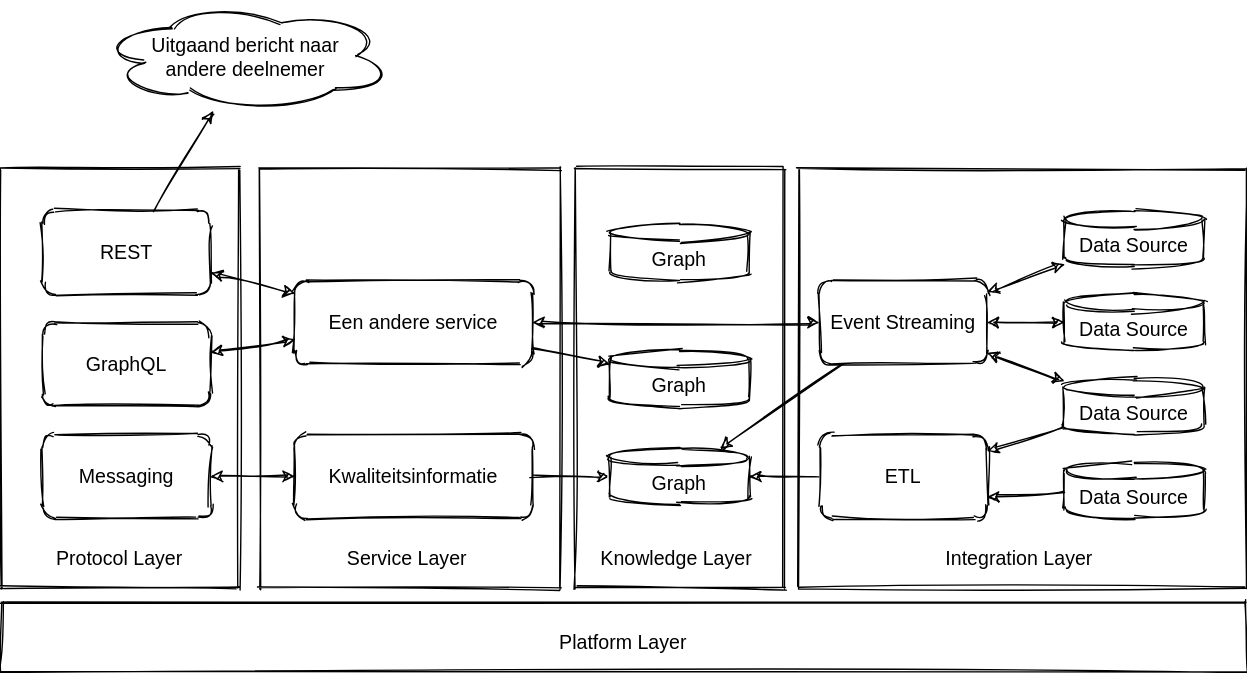
The draw.io diagram diagrams/Overview.svg in kik-v/datastation, before a commit. Source tidied: cells renumbered, new cells last; positions are measured from the earlier drawing's top-left corner, leaving out a move shared by most shapes. The source it was exported from:
```xml
<mxGraphModel>
  <root>
    <mxCell id="0" />
    <mxCell id="1" parent="0" />
    <mxCell id="2" value="Knowledge Layer&amp;nbsp;" style="rounded=0;whiteSpace=wrap;html=1;verticalAlign=bottom;spacingBottom=10;fontSize=14;sketch=1;" parent="1" vertex="1">
      <mxGeometry x="410" y="120" width="150" height="300" as="geometry" />
    </mxCell>
    <mxCell id="3" value="Service Layer&amp;nbsp;" style="rounded=0;whiteSpace=wrap;html=1;verticalAlign=bottom;spacingBottom=10;fontSize=14;sketch=1;" parent="1" vertex="1">
      <mxGeometry x="185" y="120" width="215" height="300" as="geometry" />
    </mxCell>
    <mxCell id="4" value="Protocol Layer" style="rounded=0;whiteSpace=wrap;html=1;verticalAlign=bottom;spacingBottom=10;fontSize=14;sketch=1;" parent="1" vertex="1">
      <mxGeometry y="120" width="170" height="300" as="geometry" />
    </mxCell>
    <mxCell id="5" value="REST" style="rounded=1;whiteSpace=wrap;html=1;fontSize=14;sketch=1;" parent="1" vertex="1">
      <mxGeometry x="30" y="150" width="120" height="60" as="geometry" />
    </mxCell>
    <mxCell id="6" value="GraphQL" style="rounded=1;whiteSpace=wrap;html=1;fontSize=14;sketch=1;" parent="1" vertex="1">
      <mxGeometry x="30" y="230" width="120" height="60" as="geometry" />
    </mxCell>
    <mxCell id="7" value="Messaging" style="rounded=1;whiteSpace=wrap;html=1;fontSize=14;sketch=1;" parent="1" vertex="1">
      <mxGeometry x="30" y="310" width="120" height="60" as="geometry" />
    </mxCell>
    <mxCell id="8" value="Kwaliteitsinformatie" style="rounded=1;whiteSpace=wrap;html=1;sketch=1;fontSize=14;" parent="1" vertex="1">
      <mxGeometry x="210" y="310" width="170" height="60" as="geometry" />
    </mxCell>
    <mxCell id="9" style="endArrow=classic;html=1;fontSize=14;sketch=1;startArrow=classic;startFill=1;" parent="1" edge="1" source="7" target="8">
      <mxGeometry relative="1" as="geometry" />
    </mxCell>
    <mxCell id="10" style="endArrow=classic;html=1;fontSize=14;sketch=1;" parent="1" edge="1" source="8" target="12">
      <mxGeometry relative="1" as="geometry" />
    </mxCell>
    <mxCell id="11" value="Integration Layer&amp;nbsp;" style="rounded=0;whiteSpace=wrap;html=1;verticalAlign=bottom;spacingBottom=10;fontSize=14;sketch=1;" parent="1" vertex="1">
      <mxGeometry x="570" y="120" width="320" height="300" as="geometry" />
    </mxCell>
    <mxCell id="12" value="Graph" style="shape=cylinder3;whiteSpace=wrap;html=1;boundedLbl=1;backgroundOutline=1;size=6;sketch=1;fontSize=14;" parent="1" vertex="1">
      <mxGeometry x="435" y="320" width="100" height="40" as="geometry" />
    </mxCell>
    <mxCell id="13" value="Event Streaming" style="rounded=1;whiteSpace=wrap;html=1;fontSize=14;sketch=1;" parent="1" vertex="1">
      <mxGeometry x="585" y="200" width="120" height="60" as="geometry" />
    </mxCell>
    <mxCell id="14" value="ETL" style="rounded=1;whiteSpace=wrap;html=1;fontSize=14;sketch=1;" parent="1" vertex="1">
      <mxGeometry x="585" y="310" width="120" height="60" as="geometry" />
    </mxCell>
    <mxCell id="15" style="endArrow=classic;html=1;fontSize=14;sketch=1;startArrow=none;startFill=0;" parent="1" edge="1" source="32" target="14">
      <mxGeometry relative="1" as="geometry" />
    </mxCell>
    <mxCell id="16" style="endArrow=classic;html=1;fontSize=14;sketch=1;startArrow=none;startFill=0;entryX=1;entryY=0.75;entryDx=0;entryDy=0;" parent="1" edge="1" source="33" target="14">
      <mxGeometry relative="1" as="geometry" />
    </mxCell>
    <mxCell id="17" style="endArrow=classic;html=1;fontSize=14;sketch=1;startArrow=classic;startFill=1;" parent="1" edge="1" source="34" target="13">
      <mxGeometry relative="1" as="geometry" />
    </mxCell>
    <mxCell id="18" style="endArrow=classic;html=1;fontSize=14;sketch=1;" parent="1" edge="1" source="14" target="12">
      <mxGeometry relative="1" as="geometry" />
    </mxCell>
    <mxCell id="19" style="endArrow=classic;html=1;fontSize=14;sketch=1;" parent="1" edge="1" source="13" target="12">
      <mxGeometry relative="1" as="geometry" />
    </mxCell>
    <mxCell id="20" value="Graph" style="shape=cylinder3;whiteSpace=wrap;html=1;boundedLbl=1;backgroundOutline=1;size=6;sketch=1;fontSize=14;" parent="1" vertex="1">
      <mxGeometry x="435" y="250" width="100" height="40" as="geometry" />
    </mxCell>
    <mxCell id="21" value="Graph" style="shape=cylinder3;whiteSpace=wrap;html=1;boundedLbl=1;backgroundOutline=1;size=6;sketch=1;fontSize=14;" parent="1" vertex="1">
      <mxGeometry x="435" y="160" width="100" height="40" as="geometry" />
    </mxCell>
    <mxCell id="22" value="Een andere service" style="rounded=1;whiteSpace=wrap;html=1;sketch=1;fontSize=14;" parent="1" vertex="1">
      <mxGeometry x="210" y="200" width="170" height="60" as="geometry" />
    </mxCell>
    <mxCell id="23" style="endArrow=classic;html=1;fontSize=14;sketch=1;startArrow=classic;startFill=1;" parent="1" edge="1" source="6" target="22">
      <mxGeometry relative="1" as="geometry" />
    </mxCell>
    <mxCell id="24" style="endArrow=classic;html=1;fontSize=14;sketch=1;startArrow=classic;startFill=1;" parent="1" edge="1" source="5" target="22">
      <mxGeometry relative="1" as="geometry" />
    </mxCell>
    <mxCell id="25" style="endArrow=classic;html=1;fontSize=14;sketch=1;startArrow=classic;startFill=1;" parent="1" edge="1" source="22" target="13">
      <mxGeometry relative="1" as="geometry" />
    </mxCell>
    <mxCell id="26" style="endArrow=classic;html=1;fontSize=14;sketch=1;" parent="1" edge="1" source="22" target="20">
      <mxGeometry relative="1" as="geometry" />
    </mxCell>
    <mxCell id="27" style="endArrow=classic;html=1;fontSize=14;sketch=1;startArrow=none;startFill=0;" parent="1" edge="1" source="5" target="28">
      <mxGeometry relative="1" as="geometry" />
    </mxCell>
    <mxCell id="28" value="&lt;span style=&quot;font-family: &amp;#34;helvetica&amp;#34; ; font-size: 14px ; font-style: normal ; font-weight: 400 ; letter-spacing: normal ; text-align: center ; text-indent: 0px ; text-transform: none ; word-spacing: 0px ; display: inline ; float: none&quot;&gt;Uitgaand bericht naar &lt;br&gt;andere deelnemer&lt;/span&gt;" style="ellipse;shape=cloud;whiteSpace=wrap;html=1;sketch=1;fontSize=14;" parent="1" vertex="1">
      <mxGeometry x="70" width="210" height="80" as="geometry" />
    </mxCell>
    <mxCell id="29" value="Platform Layer" style="rounded=0;whiteSpace=wrap;html=1;verticalAlign=bottom;spacingBottom=10;fontSize=14;sketch=1;" parent="1" vertex="1">
      <mxGeometry y="430" width="890" height="50" as="geometry" />
    </mxCell>
    <mxCell id="30" style="endArrow=classic;html=1;fontSize=14;sketch=1;startArrow=classic;startFill=1;" parent="1" edge="1" source="32" target="13">
      <mxGeometry relative="1" as="geometry" />
    </mxCell>
    <mxCell id="31" style="endArrow=classic;html=1;fontSize=14;sketch=1;startArrow=classic;startFill=1;" parent="1" edge="1" source="35" target="13">
      <mxGeometry relative="1" as="geometry" />
    </mxCell>
    <mxCell id="32" value="Data Source" style="shape=cylinder3;whiteSpace=wrap;html=1;boundedLbl=1;backgroundOutline=1;size=6;sketch=1;fontSize=14;" parent="1" vertex="1">
      <mxGeometry x="760" y="270" width="100" height="40" as="geometry" />
    </mxCell>
    <mxCell id="33" value="Data Source" style="shape=cylinder3;whiteSpace=wrap;html=1;boundedLbl=1;backgroundOutline=1;size=6;sketch=1;fontSize=14;" parent="1" vertex="1">
      <mxGeometry x="760" y="330" width="100" height="40" as="geometry" />
    </mxCell>
    <mxCell id="34" value="Data Source" style="shape=cylinder3;whiteSpace=wrap;html=1;boundedLbl=1;backgroundOutline=1;size=6;sketch=1;fontSize=14;" parent="1" vertex="1">
      <mxGeometry x="760" y="150" width="100" height="40" as="geometry" />
    </mxCell>
    <mxCell id="35" value="Data Source" style="shape=cylinder3;whiteSpace=wrap;html=1;boundedLbl=1;backgroundOutline=1;size=6;sketch=1;fontSize=14;" parent="1" vertex="1">
      <mxGeometry x="760" y="210" width="100" height="40" as="geometry" />
    </mxCell>
  </root>
</mxGraphModel>
```
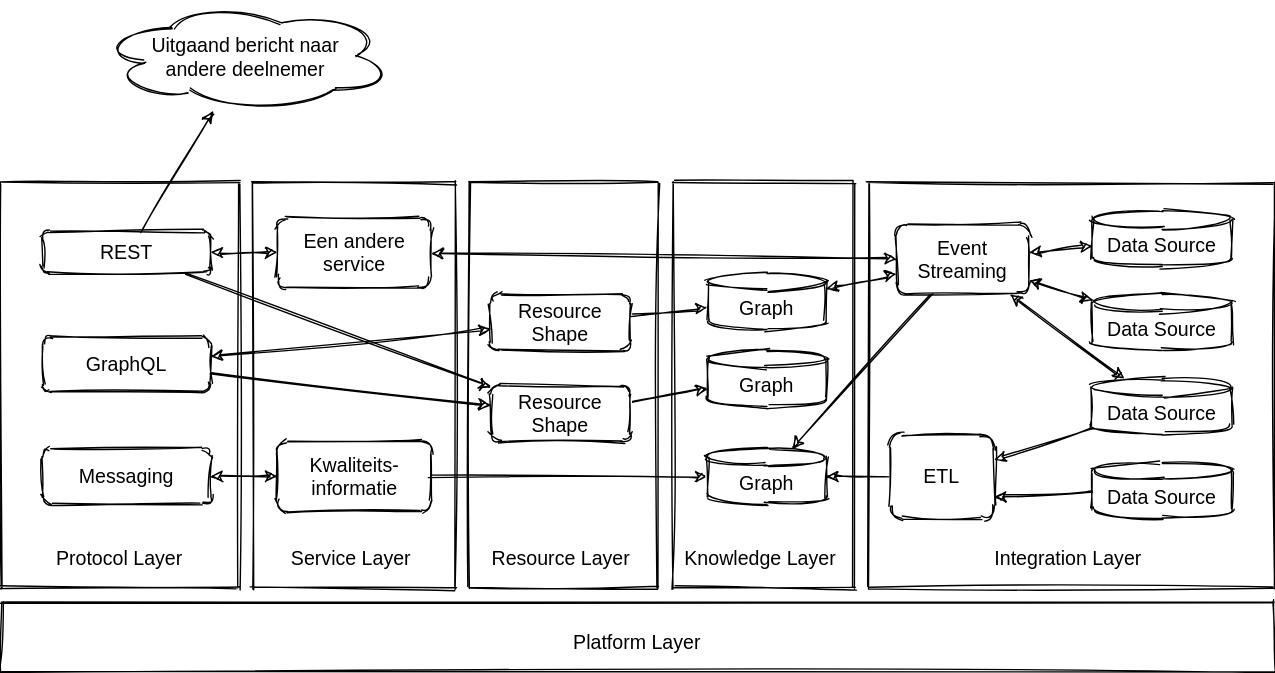
The same file after the commit.

Commit message:
Resource layer toegevoegd

What changed in the source:
```diff
@@ -2,26 +2,29 @@
   <root>
     <mxCell id="0" />
     <mxCell id="1" parent="0" />
+    <mxCell id="36" value="Resource Layer&amp;nbsp;" style="rounded=0;whiteSpace=wrap;html=1;verticalAlign=bottom;spacingBottom=10;fontSize=14;sketch=1;" parent="1" vertex="1">
+      <mxGeometry x="335" y="130" width="135" height="290" as="geometry" />
+    </mxCell>
     <mxCell id="2" value="Knowledge Layer&amp;nbsp;" style="rounded=0;whiteSpace=wrap;html=1;verticalAlign=bottom;spacingBottom=10;fontSize=14;sketch=1;" parent="1" vertex="1">
-      <mxGeometry x="410" y="120" width="150" height="300" as="geometry" />
+      <mxGeometry x="480" y="130" width="130" height="290" as="geometry" />
     </mxCell>
     <mxCell id="3" value="Service Layer&amp;nbsp;" style="rounded=0;whiteSpace=wrap;html=1;verticalAlign=bottom;spacingBottom=10;fontSize=14;sketch=1;" parent="1" vertex="1">
-      <mxGeometry x="185" y="120" width="215" height="300" as="geometry" />
+      <mxGeometry x="180" y="130" width="145" height="290" as="geometry" />
     </mxCell>
     <mxCell id="4" value="Protocol Layer" style="rounded=0;whiteSpace=wrap;html=1;verticalAlign=bottom;spacingBottom=10;fontSize=14;sketch=1;" parent="1" vertex="1">
-      <mxGeometry y="120" width="170" height="300" as="geometry" />
+      <mxGeometry y="130" width="170" height="290" as="geometry" />
     </mxCell>
     <mxCell id="5" value="REST" style="rounded=1;whiteSpace=wrap;html=1;fontSize=14;sketch=1;" parent="1" vertex="1">
-      <mxGeometry x="30" y="150" width="120" height="60" as="geometry" />
+      <mxGeometry x="30" y="165" width="120" height="30" as="geometry" />
     </mxCell>
     <mxCell id="6" value="GraphQL" style="rounded=1;whiteSpace=wrap;html=1;fontSize=14;sketch=1;" parent="1" vertex="1">
-      <mxGeometry x="30" y="230" width="120" height="60" as="geometry" />
+      <mxGeometry x="30" y="240" width="120" height="40" as="geometry" />
     </mxCell>
     <mxCell id="7" value="Messaging" style="rounded=1;whiteSpace=wrap;html=1;fontSize=14;sketch=1;" parent="1" vertex="1">
-      <mxGeometry x="30" y="310" width="120" height="60" as="geometry" />
+      <mxGeometry x="30" y="320" width="120" height="40" as="geometry" />
     </mxCell>
-    <mxCell id="8" value="Kwaliteitsinformatie" style="rounded=1;whiteSpace=wrap;html=1;sketch=1;fontSize=14;" parent="1" vertex="1">
-      <mxGeometry x="210" y="310" width="170" height="60" as="geometry" />
+    <mxCell id="8" value="Kwaliteits-informatie" style="rounded=1;whiteSpace=wrap;html=1;sketch=1;fontSize=14;" parent="1" vertex="1">
+      <mxGeometry x="197.5" y="315" width="110" height="50" as="geometry" />
     </mxCell>
     <mxCell id="9" style="endArrow=classic;html=1;fontSize=14;sketch=1;startArrow=classic;startFill=1;" parent="1" edge="1" source="7" target="8">
       <mxGeometry relative="1" as="geometry" />
@@ -30,16 +33,16 @@
       <mxGeometry relative="1" as="geometry" />
     </mxCell>
     <mxCell id="11" value="Integration Layer&amp;nbsp;" style="rounded=0;whiteSpace=wrap;html=1;verticalAlign=bottom;spacingBottom=10;fontSize=14;sketch=1;" parent="1" vertex="1">
-      <mxGeometry x="570" y="120" width="320" height="300" as="geometry" />
+      <mxGeometry x="620" y="130" width="290" height="290" as="geometry" />
     </mxCell>
     <mxCell id="12" value="Graph" style="shape=cylinder3;whiteSpace=wrap;html=1;boundedLbl=1;backgroundOutline=1;size=6;sketch=1;fontSize=14;" parent="1" vertex="1">
-      <mxGeometry x="435" y="320" width="100" height="40" as="geometry" />
+      <mxGeometry x="505" y="320" width="85" height="40" as="geometry" />
     </mxCell>
     <mxCell id="13" value="Event Streaming" style="rounded=1;whiteSpace=wrap;html=1;fontSize=14;sketch=1;" parent="1" vertex="1">
-      <mxGeometry x="585" y="200" width="120" height="60" as="geometry" />
+      <mxGeometry x="640" y="160" width="95" height="50" as="geometry" />
     </mxCell>
     <mxCell id="14" value="ETL" style="rounded=1;whiteSpace=wrap;html=1;fontSize=14;sketch=1;" parent="1" vertex="1">
-      <mxGeometry x="585" y="310" width="120" height="60" as="geometry" />
+      <mxGeometry x="635" y="310" width="75" height="60" as="geometry" />
     </mxCell>
     <mxCell id="15" style="endArrow=classic;html=1;fontSize=14;sketch=1;startArrow=none;startFill=0;" parent="1" edge="1" source="32" target="14">
       <mxGeometry relative="1" as="geometry" />
@@ -57,24 +60,18 @@
       <mxGeometry relative="1" as="geometry" />
     </mxCell>
     <mxCell id="20" value="Graph" style="shape=cylinder3;whiteSpace=wrap;html=1;boundedLbl=1;backgroundOutline=1;size=6;sketch=1;fontSize=14;" parent="1" vertex="1">
-      <mxGeometry x="435" y="250" width="100" height="40" as="geometry" />
+      <mxGeometry x="505" y="250" width="85" height="40" as="geometry" />
     </mxCell>
     <mxCell id="21" value="Graph" style="shape=cylinder3;whiteSpace=wrap;html=1;boundedLbl=1;backgroundOutline=1;size=6;sketch=1;fontSize=14;" parent="1" vertex="1">
-      <mxGeometry x="435" y="160" width="100" height="40" as="geometry" />
+      <mxGeometry x="505" y="195" width="85" height="40" as="geometry" />
     </mxCell>
-    <mxCell id="22" value="Een andere service" style="rounded=1;whiteSpace=wrap;html=1;sketch=1;fontSize=14;" parent="1" vertex="1">
-      <mxGeometry x="210" y="200" width="170" height="60" as="geometry" />
-    </mxCell>
-    <mxCell id="23" style="endArrow=classic;html=1;fontSize=14;sketch=1;startArrow=classic;startFill=1;" parent="1" edge="1" source="6" target="22">
+    <mxCell id="23" style="endArrow=classic;html=1;fontSize=14;sketch=1;startArrow=classic;startFill=1;" parent="1" edge="1" source="6" target="37">
       <mxGeometry relative="1" as="geometry" />
     </mxCell>
-    <mxCell id="24" style="endArrow=classic;html=1;fontSize=14;sketch=1;startArrow=classic;startFill=1;" parent="1" edge="1" source="5" target="22">
-      <mxGeometry relative="1" as="geometry" />
-    </mxCell>
-    <mxCell id="25" style="endArrow=classic;html=1;fontSize=14;sketch=1;startArrow=classic;startFill=1;" parent="1" edge="1" source="22" target="13">
+    <mxCell id="25" style="endArrow=classic;html=1;fontSize=14;sketch=1;startArrow=classic;startFill=1;" parent="1" edge="1" source="21" target="13">
       <mxGeometry relative="1" as="geometry" />
     </mxCell>
-    <mxCell id="26" style="endArrow=classic;html=1;fontSize=14;sketch=1;" parent="1" edge="1" source="22" target="20">
+    <mxCell id="26" style="endArrow=classic;html=1;fontSize=14;sketch=1;" parent="1" edge="1" source="38" target="20">
       <mxGeometry relative="1" as="geometry" />
     </mxCell>
     <mxCell id="27" style="endArrow=classic;html=1;fontSize=14;sketch=1;startArrow=none;startFill=0;" parent="1" edge="1" source="5" target="28">
@@ -84,7 +81,7 @@
       <mxGeometry x="70" width="210" height="80" as="geometry" />
     </mxCell>
     <mxCell id="29" value="Platform Layer" style="rounded=0;whiteSpace=wrap;html=1;verticalAlign=bottom;spacingBottom=10;fontSize=14;sketch=1;" parent="1" vertex="1">
-      <mxGeometry y="430" width="890" height="50" as="geometry" />
+      <mxGeometry y="430" width="910" height="50" as="geometry" />
     </mxCell>
     <mxCell id="30" style="endArrow=classic;html=1;fontSize=14;sketch=1;startArrow=classic;startFill=1;" parent="1" edge="1" source="32" target="13">
       <mxGeometry relative="1" as="geometry" />
@@ -93,16 +90,40 @@
       <mxGeometry relative="1" as="geometry" />
     </mxCell>
     <mxCell id="32" value="Data Source" style="shape=cylinder3;whiteSpace=wrap;html=1;boundedLbl=1;backgroundOutline=1;size=6;sketch=1;fontSize=14;" parent="1" vertex="1">
-      <mxGeometry x="760" y="270" width="100" height="40" as="geometry" />
+      <mxGeometry x="780" y="270" width="100" height="40" as="geometry" />
     </mxCell>
     <mxCell id="33" value="Data Source" style="shape=cylinder3;whiteSpace=wrap;html=1;boundedLbl=1;backgroundOutline=1;size=6;sketch=1;fontSize=14;" parent="1" vertex="1">
-      <mxGeometry x="760" y="330" width="100" height="40" as="geometry" />
+      <mxGeometry x="780" y="330" width="100" height="40" as="geometry" />
     </mxCell>
     <mxCell id="34" value="Data Source" style="shape=cylinder3;whiteSpace=wrap;html=1;boundedLbl=1;backgroundOutline=1;size=6;sketch=1;fontSize=14;" parent="1" vertex="1">
-      <mxGeometry x="760" y="150" width="100" height="40" as="geometry" />
+      <mxGeometry x="780" y="150" width="100" height="40" as="geometry" />
     </mxCell>
     <mxCell id="35" value="Data Source" style="shape=cylinder3;whiteSpace=wrap;html=1;boundedLbl=1;backgroundOutline=1;size=6;sketch=1;fontSize=14;" parent="1" vertex="1">
-      <mxGeometry x="760" y="210" width="100" height="40" as="geometry" />
+      <mxGeometry x="780" y="210" width="100" height="40" as="geometry" />
     </mxCell>
+    <mxCell id="37" value="Resource &lt;br&gt;Shape" style="rounded=1;whiteSpace=wrap;html=1;sketch=1;fontSize=14;" parent="1" vertex="1">
+      <mxGeometry x="350" y="210" width="100" height="40" as="geometry" />
+    </mxCell>
+    <mxCell id="38" value="Resource &lt;br&gt;Shape" style="rounded=1;whiteSpace=wrap;html=1;sketch=1;fontSize=14;" parent="1" vertex="1">
+      <mxGeometry x="350" y="275" width="100" height="40" as="geometry" />
+    </mxCell>
+    <mxCell id="39" style="endArrow=classic;html=1;fontSize=14;sketch=1;" parent="1" edge="1" source="5" target="38">
+      <mxGeometry relative="1" as="geometry" />
+    </mxCell>
+    <mxCell id="40" style="endArrow=classic;html=1;fontSize=14;sketch=1;" parent="1" edge="1" source="6" target="38">
+      <mxGeometry relative="1" as="geometry" />
+    </mxCell>
+    <mxCell id="41" style="endArrow=classic;html=1;fontSize=14;sketch=1;" parent="1" edge="1" source="37" target="21">
+      <mxGeometry relative="1" as="geometry" />
+    </mxCell>
+    <mxCell id="22" value="Een andere service" style="rounded=1;whiteSpace=wrap;html=1;sketch=1;fontSize=14;" parent="1" vertex="1">
+      <mxGeometry x="197.5" y="155" width="110" height="50" as="geometry" />
+    </mxCell>
+    <mxCell id="24" style="endArrow=classic;html=1;fontSize=14;sketch=1;startArrow=classic;startFill=1;" parent="1" edge="1" source="5" target="22">
+      <mxGeometry relative="1" as="geometry" />
+    </mxCell>
+    <mxCell id="42" style="endArrow=classic;html=1;fontSize=14;sketch=1;startArrow=classic;startFill=1;" parent="1" edge="1" source="22" target="13">
+      <mxGeometry relative="1" as="geometry" />
+    </mxCell>
   </root>
 </mxGraphModel>
```
